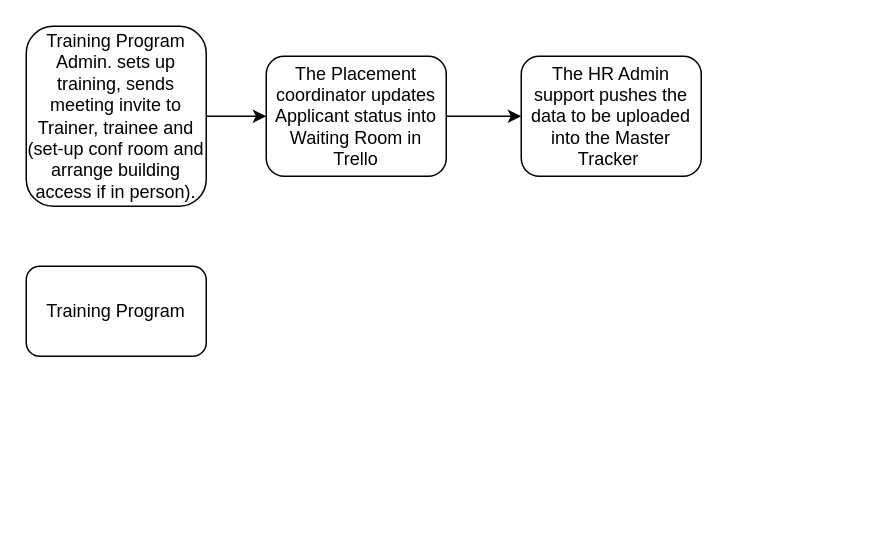
The draw.io diagram Training Diagram.drawio in MatzKing/share-course, before the edit. Source tidied: cells renumbered, new cells numbered last; positions are measured from the earlier drawing's top-left corner, leaving out a move shared by most shapes. Both pictures are drawn from the tidied source at 150%, with x=0, y=0 at pixel (26, 26).
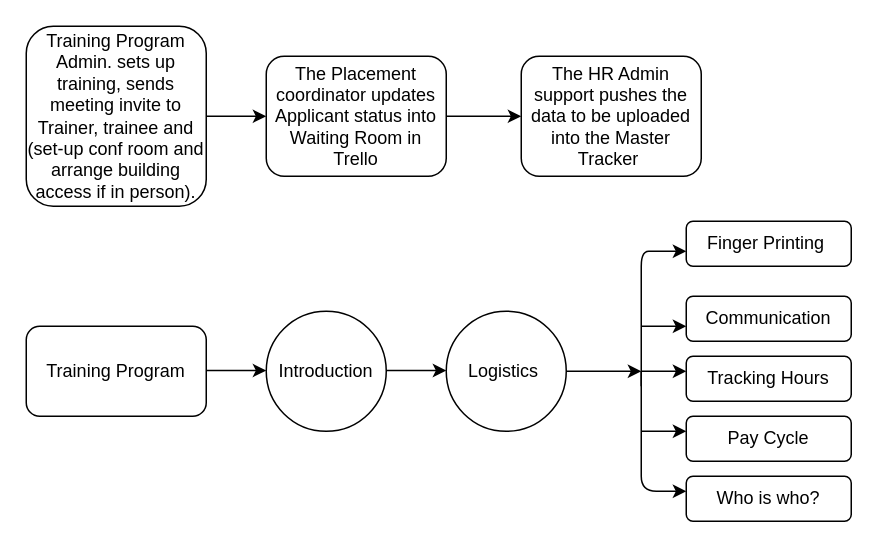
Above is the later version.

Diff of the diagram source:
```diff
@@
     <mxCell id="7" value="Training Program" style="rounded=1;whiteSpace=wrap;html=1;" parent="1" vertex="1">
-      <mxGeometry y="160" width="120" height="60" as="geometry" />
+      <mxGeometry y="200" width="120" height="60" as="geometry" />
     </mxCell>
+    <mxCell id="8" style="endArrow=classic;html=1;" parent="1" edge="1">
+      <mxGeometry relative="1" as="geometry">
+        <mxPoint x="120" y="229.5" as="sourcePoint" />
+        <mxPoint x="160" y="229.5" as="targetPoint" />
+      </mxGeometry>
+    </mxCell>
+    <mxCell id="9" value="Introduction" style="ellipse;whiteSpace=wrap;html=1;" parent="1" vertex="1">
+      <mxGeometry x="160" y="190" width="80" height="80" as="geometry" />
+    </mxCell>
+    <mxCell id="10" style="endArrow=classic;html=1;" parent="1" edge="1">
+      <mxGeometry relative="1" as="geometry">
+        <mxPoint x="240" y="229.5" as="sourcePoint" />
+        <mxPoint x="280" y="229.5" as="targetPoint" />
+      </mxGeometry>
+    </mxCell>
+    <mxCell id="11" value="Logistics&amp;nbsp;" style="ellipse;whiteSpace=wrap;html=1;" parent="1" vertex="1">
+      <mxGeometry x="280" y="190" width="80" height="80" as="geometry" />
+    </mxCell>
+    <mxCell id="12" style="endArrow=classic;html=1;" parent="1" edge="1">
+      <mxGeometry relative="1" as="geometry">
+        <mxPoint x="360" y="230" as="sourcePoint" />
+        <mxPoint x="410" y="230" as="targetPoint" />
+      </mxGeometry>
+    </mxCell>
+    <mxCell id="13" style="endArrow=classic;html=1;" parent="1" edge="1">
+      <mxGeometry relative="1" as="geometry">
+        <mxPoint x="410" y="240" as="sourcePoint" />
+        <mxPoint x="440" y="150" as="targetPoint" />
+        <Array as="points">
+          <mxPoint x="410" y="150" />
+          <mxPoint x="420" y="150" />
+        </Array>
+      </mxGeometry>
+    </mxCell>
+    <mxCell id="14" style="endArrow=classic;html=1;" parent="1" edge="1">
+      <mxGeometry relative="1" as="geometry">
+        <mxPoint x="410" y="230" as="sourcePoint" />
+        <mxPoint x="440" y="310" as="targetPoint" />
+        <Array as="points">
+          <mxPoint x="410" y="310" />
+        </Array>
+      </mxGeometry>
+    </mxCell>
+    <mxCell id="15" value="Finger Printing&amp;nbsp;" style="rounded=1;whiteSpace=wrap;html=1;" parent="1" vertex="1">
+      <mxGeometry x="440" y="130" width="110" height="30" as="geometry" />
+    </mxCell>
+    <mxCell id="16" style="endArrow=classic;html=1;" parent="1" edge="1">
+      <mxGeometry relative="1" as="geometry">
+        <mxPoint x="410" y="200" as="sourcePoint" />
+        <mxPoint x="440" y="200" as="targetPoint" />
+      </mxGeometry>
+    </mxCell>
+    <mxCell id="17" value="Communication" style="rounded=1;whiteSpace=wrap;html=1;" parent="1" vertex="1">
+      <mxGeometry x="440" y="180" width="110" height="30" as="geometry" />
+    </mxCell>
+    <mxCell id="18" style="endArrow=classic;html=1;" parent="1" edge="1">
+      <mxGeometry relative="1" as="geometry">
+        <mxPoint x="410" y="270" as="sourcePoint" />
+        <mxPoint x="440" y="270" as="targetPoint" />
+        <Array as="points">
+          <mxPoint x="420" y="270" />
+        </Array>
+      </mxGeometry>
+    </mxCell>
+    <mxCell id="19" value="Tracking Hours" style="rounded=1;whiteSpace=wrap;html=1;" parent="1" vertex="1">
+      <mxGeometry x="440" y="220" width="110" height="30" as="geometry" />
+    </mxCell>
+    <mxCell id="20" style="endArrow=classic;html=1;" parent="1" edge="1">
+      <mxGeometry relative="1" as="geometry">
+        <mxPoint x="410" y="230" as="sourcePoint" />
+        <mxPoint x="440" y="230" as="targetPoint" />
+      </mxGeometry>
+    </mxCell>
+    <mxCell id="21" value="Pay Cycle" style="rounded=1;whiteSpace=wrap;html=1;" parent="1" vertex="1">
+      <mxGeometry x="440" y="260" width="110" height="30" as="geometry" />
+    </mxCell>
+    <mxCell id="22" value="Who is who?" style="rounded=1;whiteSpace=wrap;html=1;" parent="1" vertex="1">
+      <mxGeometry x="440" y="300" width="110" height="30" as="geometry" />
+    </mxCell>
```
